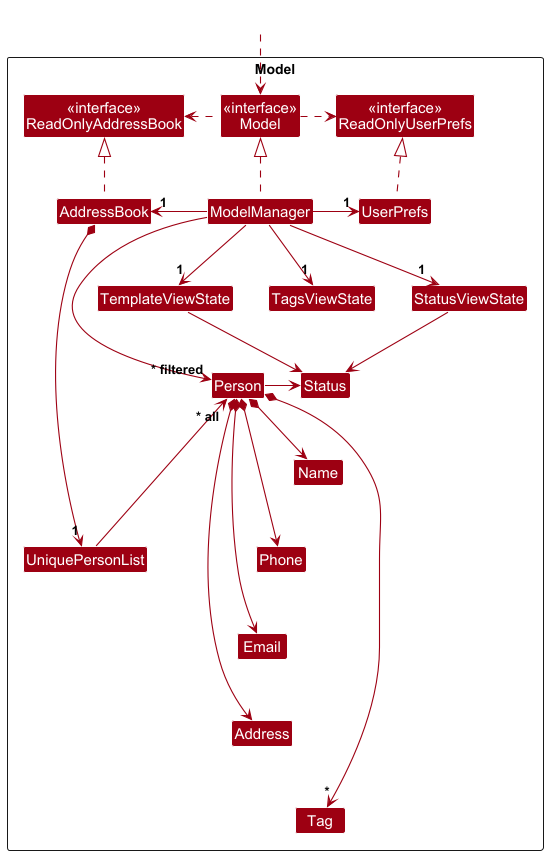
Before: docs/images/ModelClassDiagram.png, a diagram exported from PlantUML (pohanson/tp). The source it was exported from:
```plantuml
@startuml
!include style.puml
skinparam arrowThickness 1.1
skinparam arrowColor MODEL_COLOR
skinparam classBackgroundColor MODEL_COLOR

Package Model as ModelPackage <<Rectangle>>{
Class "<<interface>>\nReadOnlyAddressBook" as ReadOnlyAddressBook
Class "<<interface>>\nReadOnlyUserPrefs" as ReadOnlyUserPrefs
Class "<<interface>>\nModel" as Model
Class AddressBook
Class ModelManager
Class UserPrefs

Class UniquePersonList
Class Person
Class Name
Class Phone
Class Email
Class Address
Class Tag
Class Status

Class StatusViewState
Class TagsViewState
Class TemplateViewState

Class I #FFFFFF
}

Class HiddenOutside #FFFFFF
HiddenOutside ..> Model

AddressBook .up.|> ReadOnlyAddressBook

ModelManager .up.|> Model
Model .right.> ReadOnlyUserPrefs
Model .left.> ReadOnlyAddressBook
ModelManager -left-> "1" AddressBook
ModelManager -right-> "1" UserPrefs
UserPrefs .up.|> ReadOnlyUserPrefs

ModelManager -down-> "1" StatusViewState
ModelManager -down-> "1" TagsViewState
ModelManager -down-> "1" TemplateViewState

AddressBook *--> "1" UniquePersonList
UniquePersonList -right-> "~* all" Person
Person -left-> Status
Person *-down-> Name
Person *-down-> Phone
Person *-down-> Email
Person *-down-> Address
Person *-down-> "*" Tag

StatusViewState --> Status
TemplateViewState --> Status

Person -[hidden]down--> I
UniquePersonList -[hidden]left-> I

Name -[hidden]down-> Phone
Phone -[hidden]down-> Email
Email -[hidden]down-> Address
Address -[hidden]down-> Tag

ModelManager --> "~* filtered" Person
@enduml
```
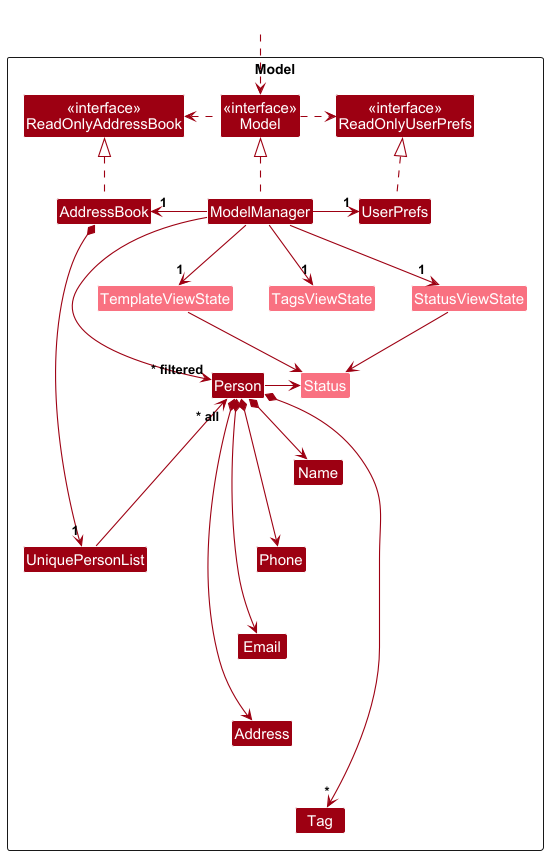
After the commit.

Commit message:
Change color of new classes of model diagram

Diff of the diagram source:
```diff
@@ -19,11 +19,11 @@
 Class Email
 Class Address
 Class Tag
-Class Status
+Class Status MODEL_COLOR_T1
 
-Class StatusViewState
-Class TagsViewState
-Class TemplateViewState
+Class StatusViewState MODEL_COLOR_T1
+Class TagsViewState MODEL_COLOR_T1
+Class TemplateViewState MODEL_COLOR_T1
 
 Class I #FFFFFF
 }
```
